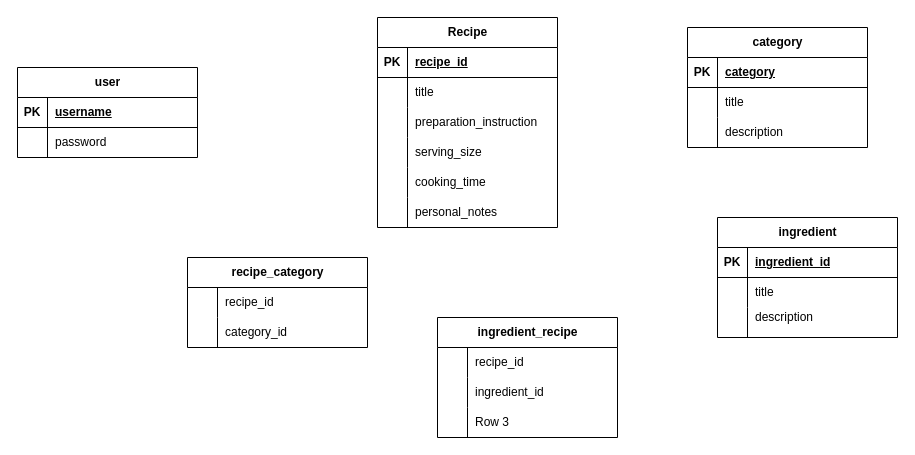
Before: extra/flavorai_db.drawio in thebigby10/FlavourAI, a draw.io diagram. Source tidied: cells renumbered, new cells numbered last; positions are measured from the earlier drawing's top-left corner, leaving out a move shared by most shapes. Both pictures are drawn from the tidied source at 100%, with x=0, y=0 at pixel (17, 17).
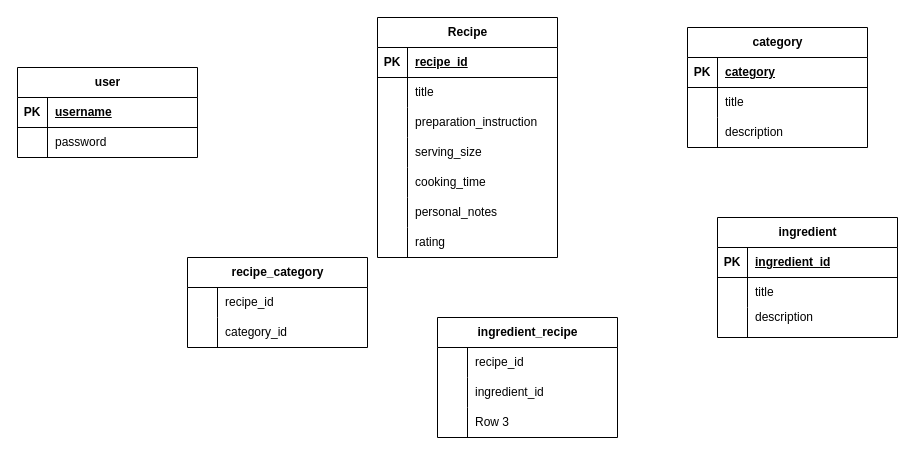
The same diagram, later.

What changed in the source:
```diff
@@
     <mxCell id="9" value="Recipe" style="shape=table;startSize=30;childLayout=tableLayout;rowLines=0;fontStyle=1;align=center;html=1;" parent="1" vertex="1">
-      <mxGeometry x="360" width="180" height="210" as="geometry" />
+      <mxGeometry x="360" width="180" height="240" as="geometry" />
     </mxCell>
@@
+    <mxCell id="65" style="shape=tableRow;horizontal=0;startSize=0;swimlaneHead=0;swimlaneBody=0;fillColor=none;top=0;left=0;right=0;bottom=0;" parent="9" vertex="1">
+      <mxGeometry y="210" width="180" height="30" as="geometry" />
+    </mxCell>
+    <mxCell id="66" style="shape=partialRectangle;fillColor=none;top=0;left=0;bottom=0;right=0;overflow=hidden;whiteSpace=wrap;html=1;" parent="65" vertex="1">
+      <mxGeometry width="30" height="30" as="geometry" />
+    </mxCell>
+    <mxCell id="67" value="rating" style="shape=partialRectangle;fillColor=none;top=0;left=0;bottom=0;right=0;align=left;spacingLeft=6;overflow=hidden;whiteSpace=wrap;html=1;" parent="65" vertex="1">
+      <mxGeometry x="30" width="150" height="30" as="geometry" />
+    </mxCell>
```
